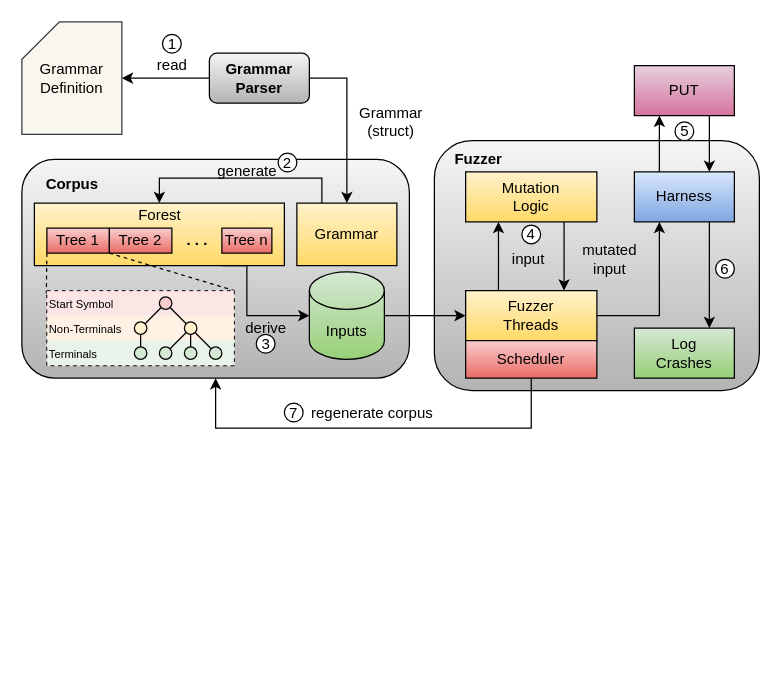
The draw.io diagram doc/arch.drawio in 0xca7/grampus, before the edit. Source tidied: cells renumbered, new cells numbered last; positions are measured from the earlier drawing's top-left corner, leaving out a move shared by most shapes. Both pictures are drawn from the tidied source at 125%, with x=0, y=0 at pixel (21, 21).
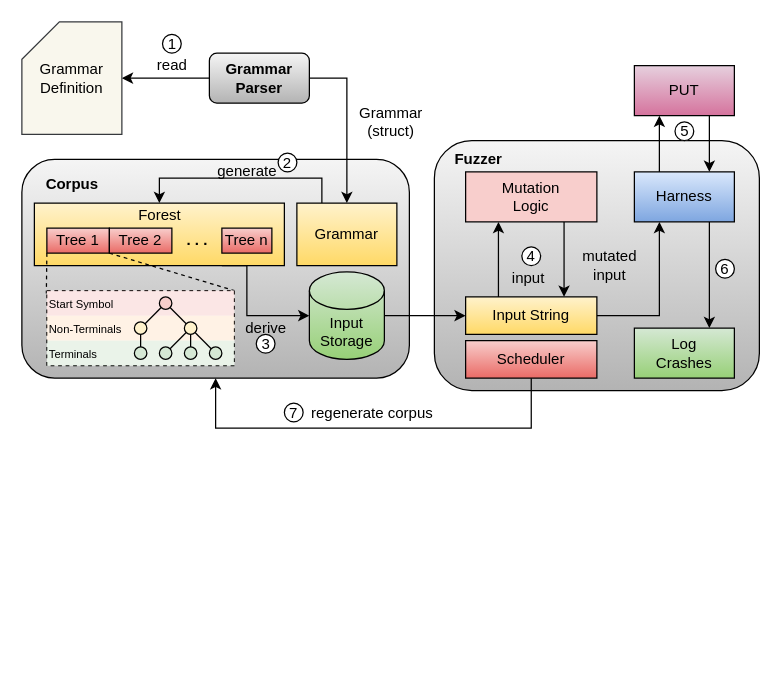
The same page after the edit.

Diff of the diagram source:
```diff
@@
-    <mxCell id="52" value="&lt;div&gt;Fuzzer&lt;/div&gt;&lt;div&gt;Threads&lt;br&gt;&lt;/div&gt;" style="rounded=0;whiteSpace=wrap;html=1;sketch=0;strokeColor=#000000;gradientColor=#ffd966;fillColor=#fff2cc;" parent="1" vertex="1">
-      <mxGeometry x="355" y="215" width="105" height="40" as="geometry" />
+    <mxCell id="52" value="Input String" style="rounded=0;whiteSpace=wrap;html=1;sketch=0;strokeColor=#000000;gradientColor=#ffd966;fillColor=#fff2cc;" parent="1" vertex="1">
+      <mxGeometry x="355" y="220" width="105" height="30" as="geometry" />
     </mxCell>
@@
-    <mxCell id="54" value="&lt;div&gt;Mutation&lt;/div&gt;&lt;div&gt;Logic&lt;br&gt;&lt;/div&gt;" style="rounded=0;whiteSpace=wrap;html=1;sketch=0;strokeColor=#000000;gradientColor=#ffd966;fillColor=#fff2cc;" parent="1" vertex="1">
+    <mxCell id="54" value="&lt;div&gt;Mutation&lt;/div&gt;&lt;div&gt;Logic&lt;br&gt;&lt;/div&gt;" style="rounded=0;whiteSpace=wrap;html=1;sketch=0;strokeColor=#000000;fillColor=#f8cecc;" parent="1" vertex="1">
       <mxGeometry x="355" y="120" width="105" height="40" as="geometry" />
     </mxCell>
     <mxCell id="55" value="&lt;div&gt;mutated&lt;/div&gt;&lt;div&gt;input&lt;br&gt;&lt;/div&gt;" style="text;html=1;align=center;verticalAlign=middle;strokeColor=none;fillColor=none;" parent="1" vertex="1">
-      <mxGeometry x="440" y="175" width="60" height="30" as="geometry" />
+      <mxGeometry x="440" y="180" width="60" height="30" as="geometry" />
     </mxCell>
     <mxCell id="56" value="input" style="text;html=1;align=center;verticalAlign=middle;strokeColor=none;fillColor=none;" parent="1" vertex="1">
-      <mxGeometry x="385" y="180" width="40" height="20" as="geometry" />
+      <mxGeometry x="385" y="195" width="40" height="20" as="geometry" />
     </mxCell>
@@
     <mxCell id="64" value="4" style="ellipse;whiteSpace=wrap;html=1;sketch=0;strokeColor=#000000;" parent="1" vertex="1">
-      <mxGeometry x="400" y="162.5" width="15" height="15" as="geometry" />
+      <mxGeometry x="400" y="180" width="15" height="15" as="geometry" />
     </mxCell>
@@
-    <mxCell id="71" value="Inputs" style="shape=cylinder3;whiteSpace=wrap;html=1;boundedLbl=1;backgroundOutline=1;size=15;rounded=1;sketch=0;strokeColor=#000000;gradientColor=#97d077;fillColor=#d5e8d4;" parent="1" vertex="1">
+    <mxCell id="71" value="&lt;div&gt;Input&lt;/div&gt;&lt;div&gt;Storage&lt;br&gt;&lt;/div&gt;" style="shape=cylinder3;whiteSpace=wrap;html=1;boundedLbl=1;backgroundOutline=1;size=15;rounded=1;sketch=0;strokeColor=#000000;gradientColor=#97d077;fillColor=#d5e8d4;" parent="1" vertex="1">
       <mxGeometry x="230" y="200" width="60" height="70" as="geometry" />
     </mxCell>
```
